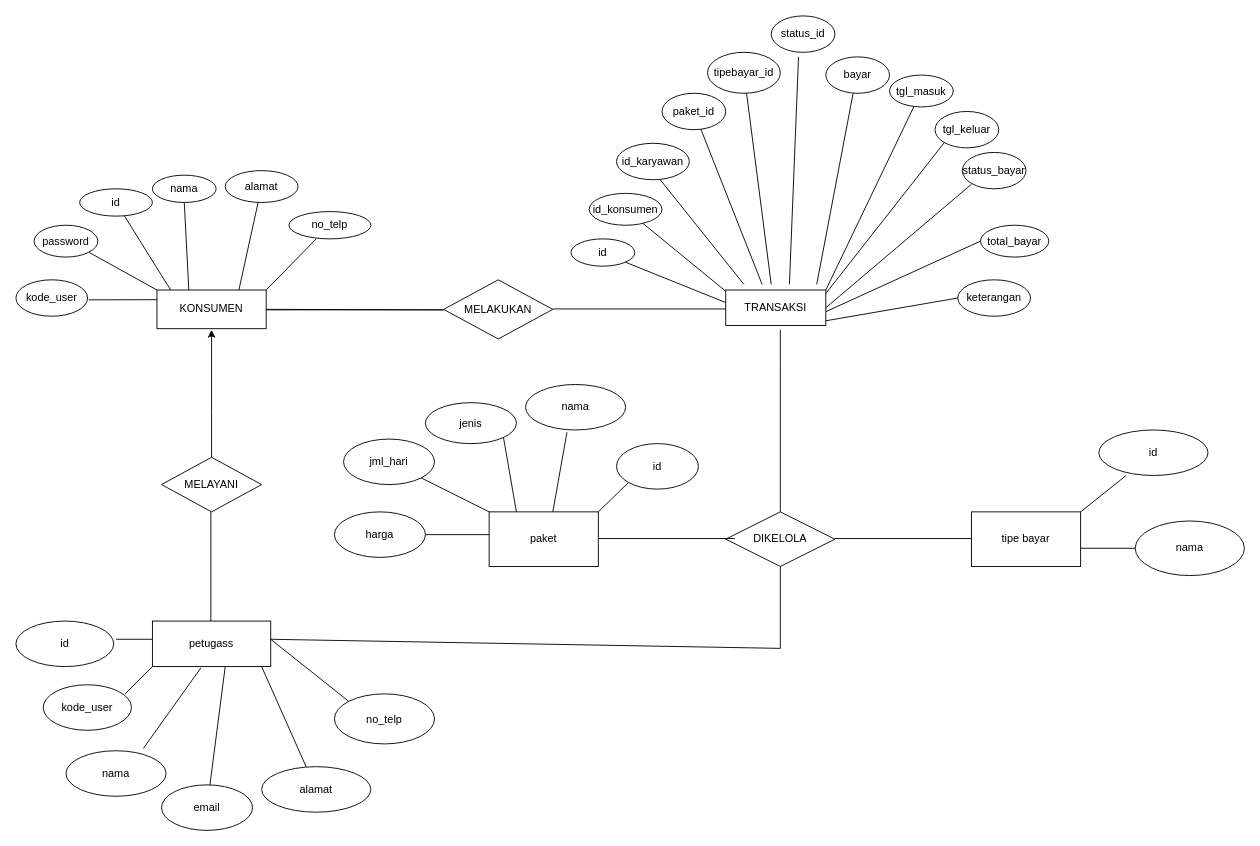
The draw.io diagram Untitled Diagram.drawio in WinaYulianaa01/erd_ujikom, before the edit. Source tidied: cells renumbered, new cells numbered last; positions are measured from the earlier drawing's top-left corner, leaving out a move shared by most shapes. Both pictures are drawn from the tidied source at 91%, with x=0, y=0 at pixel (15, 15).
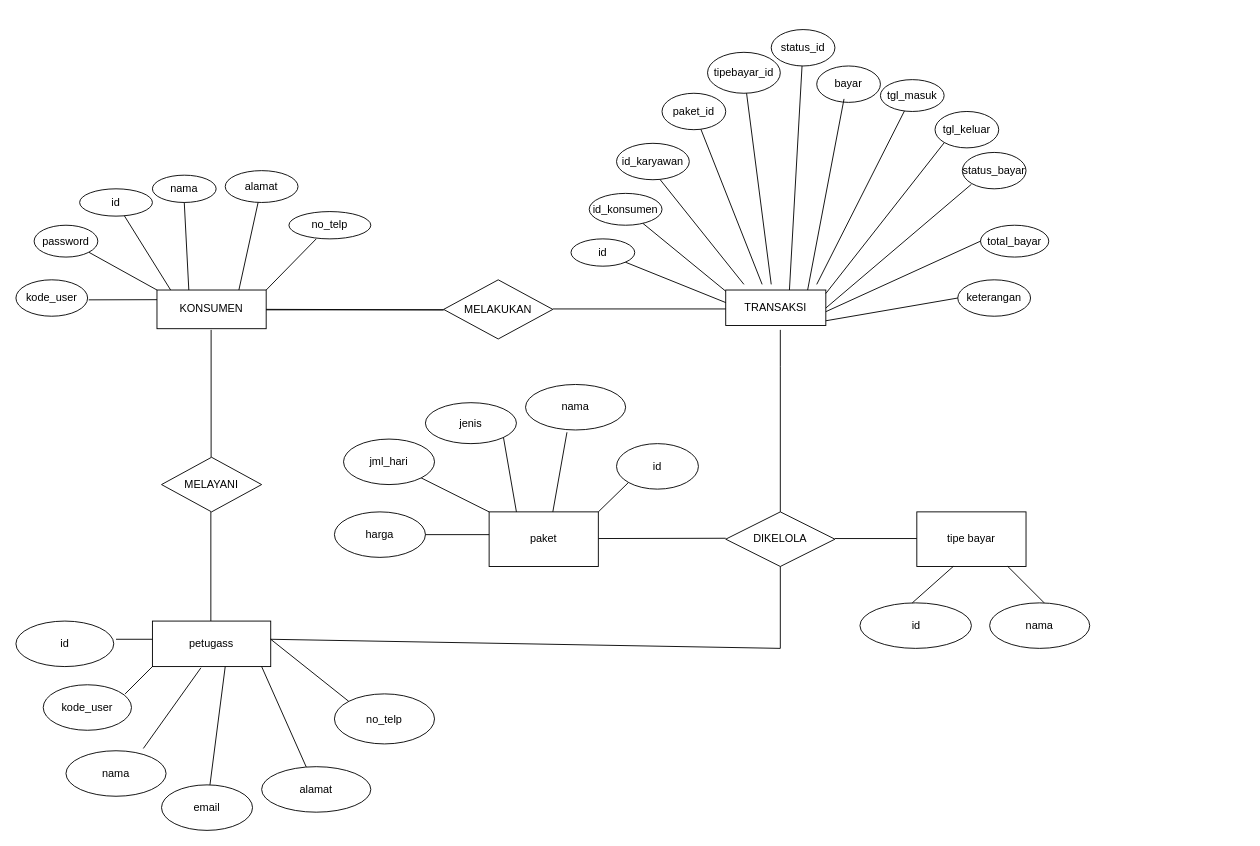
After the change.

The change refers to these unchanged cells:
```xml
<mxCell id="5" value="MELAYANI" style="rhombus;whiteSpace=wrap;html=1;" parent="1" vertex="1">
  <mxGeometry x="160" y="485" width="110" height="60" as="geometry" />
</mxCell>
<mxCell id="22" value="TRANSAKSI" style="rounded=0;whiteSpace=wrap;html=1;" parent="1" vertex="1">
  <mxGeometry x="780" y="301.2" width="110" height="39" as="geometry" />
</mxCell>
```

Change to the diagram source:
```diff
@@
-    <mxCell id="6" style="endArrow=classic;html=1;rounded=0;exitX=0.5;exitY=0;exitDx=0;exitDy=0;" parent="1" edge="1" source="5">
-      <mxGeometry relative="1" as="geometry">
-        <mxPoint x="215" y="345" as="targetPoint" />
-        <Array as="points">
-          <mxPoint x="215" y="435" />
-        </Array>
-      </mxGeometry>
-    </mxCell>
@@
-    <mxCell id="30" value="status_id" style="ellipse;whiteSpace=wrap;html=1;" parent="1" vertex="1">
-      <mxGeometry x="830" width="70" height="40" as="geometry" />
-    </mxCell>
     <mxCell id="31" value="bayar" style="ellipse;whiteSpace=wrap;html=1;" parent="1" vertex="1">
-      <mxGeometry x="890" y="45" width="70" height="40" as="geometry" />
+      <mxGeometry x="880" y="55" width="70" height="40" as="geometry" />
     </mxCell>
     <mxCell id="32" value="tgl_masuk" style="ellipse;whiteSpace=wrap;html=1;" parent="1" vertex="1">
-      <mxGeometry x="960" y="65" width="70" height="35" as="geometry" />
+      <mxGeometry x="950" y="70" width="70" height="35" as="geometry" />
     </mxCell>
@@
-    <mxCell id="37" style="endArrow=none;html=1;rounded=0;" parent="1" edge="1">
+    <mxCell id="37" style="endArrow=none;html=1;rounded=0;startArrow=none;" parent="1" edge="1" source="30">
       <mxGeometry relative="1" as="geometry">
-        <mxPoint x="850" y="295" as="sourcePoint" />
-        <mxPoint x="860" y="45" as="targetPoint" />
+        <mxPoint x="860" y="51.2" as="targetPoint" />
       </mxGeometry>
     </mxCell>
     <mxCell id="38" style="endArrow=none;html=1;rounded=0;" parent="1" edge="1">
       <mxGeometry relative="1" as="geometry">
-        <mxPoint x="880" y="295" as="sourcePoint" />
-        <mxPoint x="920" y="85" as="targetPoint" />
+        <mxPoint x="870" y="301.2" as="sourcePoint" />
+        <mxPoint x="910" y="91.2" as="targetPoint" />
       </mxGeometry>
     </mxCell>
@@
-    <mxCell id="42" style="endArrow=none;html=1;rounded=0;exitX=1;exitY=0;exitDx=0;exitDy=0;" parent="1" edge="1" source="22" target="32">
-      <mxGeometry relative="1" as="geometry" />
+    <mxCell id="42" style="endArrow=none;html=1;rounded=0;" parent="1" edge="1" target="32">
+      <mxGeometry relative="1" as="geometry">
+        <mxPoint x="880" y="295" as="sourcePoint" />
+      </mxGeometry>
     </mxCell>
@@
-    <mxCell id="44" style="endArrow=none;html=1;rounded=0;exitX=1;exitY=0.5;exitDx=0;exitDy=0;" parent="1" edge="1" source="22">
+    <mxCell id="44" style="endArrow=none;html=1;rounded=0;" parent="1" edge="1">
       <mxGeometry relative="1" as="geometry">
+        <mxPoint x="890" y="321" as="sourcePoint" />
         <mxPoint x="1050" y="185" as="targetPoint" />
       </mxGeometry>
     </mxCell>
@@
     <mxCell id="49" value="tipe bayar" style="rounded=0;whiteSpace=wrap;html=1;" parent="1" vertex="1">
-      <mxGeometry x="1050" y="545" width="120" height="60" as="geometry" />
+      <mxGeometry x="990" y="545" width="120" height="60" as="geometry" />
     </mxCell>
     <mxCell id="50" style="endArrow=none;html=1;rounded=0;" parent="1" edge="1">
       <mxGeometry relative="1" as="geometry">
         <mxPoint x="640" y="574.3" as="sourcePoint" />
-        <mxPoint x="790" y="574.3" as="targetPoint" />
+        <mxPoint x="780" y="574" as="targetPoint" />
       </mxGeometry>
     </mxCell>
@@
     <mxCell id="62" value="id" style="ellipse;whiteSpace=wrap;html=1;" parent="1" vertex="1">
-      <mxGeometry x="1190" y="455" width="120" height="50" as="geometry" />
+      <mxGeometry x="927.5" y="645" width="122.5" height="50" as="geometry" />
     </mxCell>
-    <mxCell id="63" style="endArrow=none;html=1;rounded=0;" parent="1" edge="1">
-      <mxGeometry relative="1" as="geometry">
-        <mxPoint x="1170" y="585" as="sourcePoint" />
-        <mxPoint x="1230" y="585" as="targetPoint" />
-      </mxGeometry>
-    </mxCell>
     <mxCell id="64" value="nama" style="ellipse;whiteSpace=wrap;html=1;" parent="1" vertex="1">
-      <mxGeometry x="1230" y="555" width="120" height="60" as="geometry" />
+      <mxGeometry x="1070" y="645" width="110" height="50" as="geometry" />
     </mxCell>
     <mxCell id="65" style="endArrow=none;html=1;rounded=0;" parent="1" edge="1">
       <mxGeometry relative="1" as="geometry">
-        <mxPoint x="1170" y="545" as="sourcePoint" />
-        <mxPoint x="1220" y="505" as="targetPoint" />
+        <mxPoint x="985" y="645" as="sourcePoint" />
+        <mxPoint x="1030" y="605" as="targetPoint" />
       </mxGeometry>
     </mxCell>
@@
+    <mxCell id="82" style="endArrow=none;html=1;rounded=0;" parent="1" edge="1">
+      <mxGeometry relative="1" as="geometry">
+        <mxPoint x="214.5" y="485" as="sourcePoint" />
+        <mxPoint x="214.5" y="345" as="targetPoint" />
+      </mxGeometry>
+    </mxCell>
+    <mxCell id="83" style="endArrow=none;html=1;rounded=0;" parent="1" edge="1" target="30">
+      <mxGeometry relative="1" as="geometry">
+        <mxPoint x="850" y="301.2" as="sourcePoint" />
+      </mxGeometry>
+    </mxCell>
+    <mxCell id="30" value="status_id" style="ellipse;whiteSpace=wrap;html=1;" parent="1" vertex="1">
+      <mxGeometry x="830" y="15" width="70" height="40" as="geometry" />
+    </mxCell>
+    <mxCell id="84" style="endArrow=none;html=1;rounded=0;" parent="1" edge="1">
+      <mxGeometry relative="1" as="geometry">
+        <mxPoint x="1130" y="645" as="sourcePoint" />
+        <mxPoint x="1090" y="605" as="targetPoint" />
+      </mxGeometry>
+    </mxCell>
```
